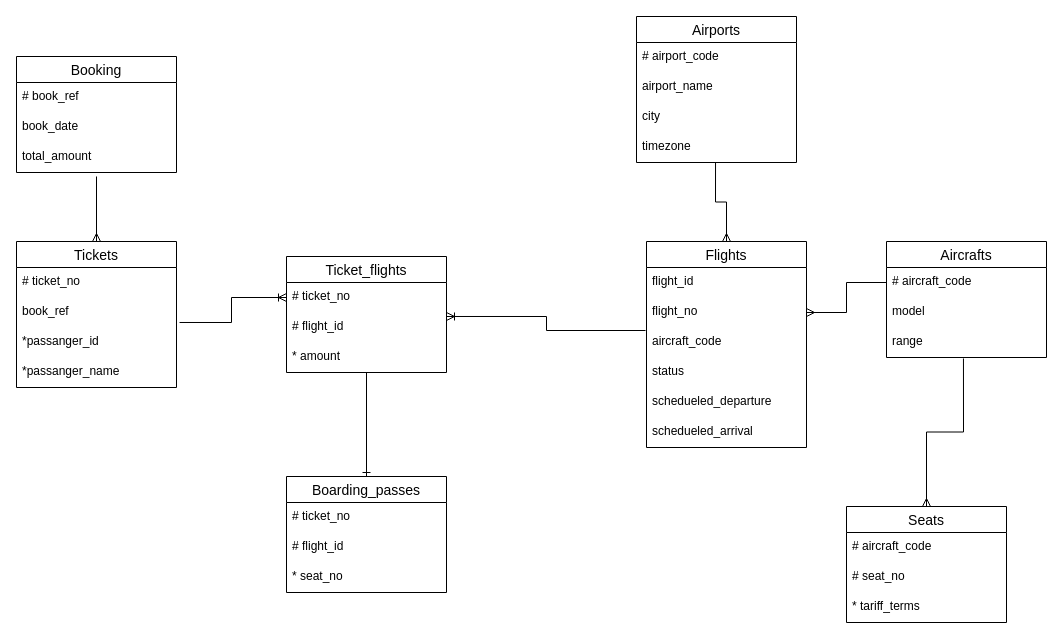
Rattokun/ModelRep keeps this draw.io diagram as page "РБД" (22 of 22) of IKBO-11-20_Kuzin.drawio. Above is the earlier version. Source tidied: cells renumbered, new cells numbered last; positions are measured from the earlier drawing's top-left corner, leaving out a move shared by most shapes. Both pictures are drawn from the tidied source at 100%, with x=0, y=0 at pixel (16, 16).
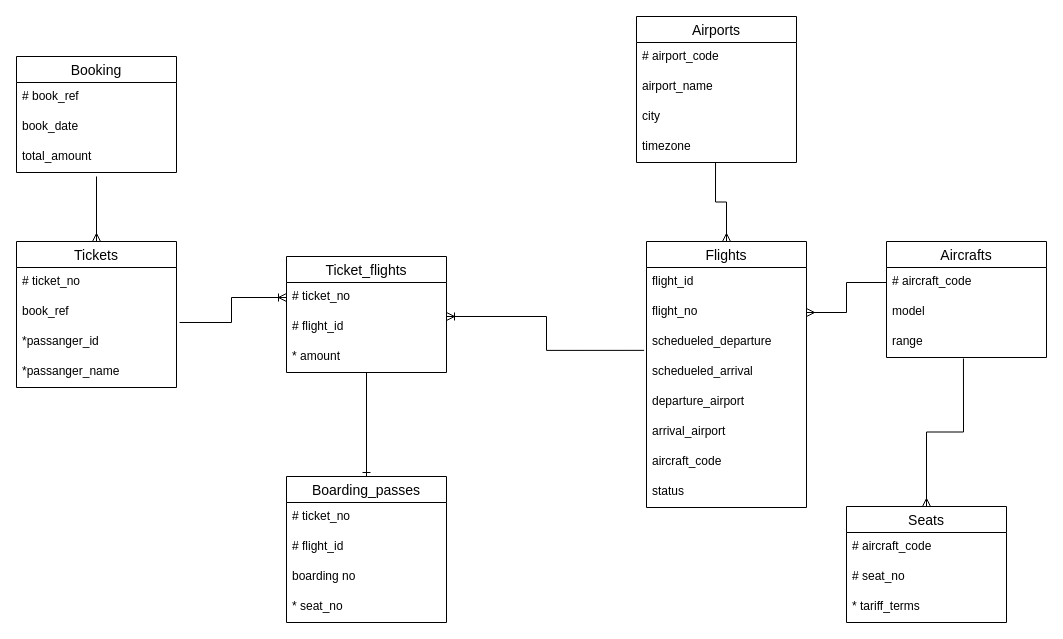
Above is the later version.

The change refers to these unchanged cells:
```xml
<mxCell id="24" value="# flight_id" style="text;strokeColor=none;fillColor=none;spacingLeft=4;spacingRight=4;overflow=hidden;points=[[0,0.5],[1,0.5]];portConstraint=eastwest;fontSize=12;" parent="22" vertex="1">
  <mxGeometry y="56" width="160" height="30" as="geometry" />
</mxCell>
```

What changed in the source:
```diff
@@
     <mxCell id="11" value="Flights" style="swimlane;fontStyle=0;horizontal=1;startSize=26;align=center;fontSize=14;points=[[0,0,0,0,0],[0,0.25,0,0,0],[0,0.43,0,0,0],[0,0.75,0,0,0],[0,1,0,0,0],[0.25,0,0,0,0],[0.25,1,0,0,0],[0.5,0,0,0,0],[0.5,1,0,0,0],[0.75,0,0,0,0],[0.75,1,0,0,0],[1,0,0,0,0],[1,0.25,0,0,0],[1,0.5,0,0,0],[1,0.75,0,0,0],[1,1,0,0,0]];" parent="1" vertex="1">
-      <mxGeometry x="630" y="225" width="160" height="206" as="geometry" />
+      <mxGeometry x="630" y="225" width="160" height="266" as="geometry" />
     </mxCell>
@@
+    <mxCell id="16" value="schedueled_departure" style="text;strokeColor=none;fillColor=none;spacingLeft=4;spacingRight=4;overflow=hidden;points=[[0,0.5],[1,0.5]];portConstraint=eastwest;fontSize=12;" parent="11" vertex="1">
+      <mxGeometry y="86" width="160" height="30" as="geometry" />
+    </mxCell>
+    <mxCell id="17" value="schedueled_arrival" style="text;strokeColor=none;fillColor=none;spacingLeft=4;spacingRight=4;overflow=hidden;fontSize=12;" parent="11" vertex="1">
+      <mxGeometry y="116" width="160" height="30" as="geometry" />
+    </mxCell>
+    <mxCell id="46" value="departure_airport" style="text;strokeColor=none;fillColor=none;spacingLeft=4;spacingRight=4;overflow=hidden;fontSize=12;" parent="11" vertex="1">
+      <mxGeometry y="146" width="160" height="30" as="geometry" />
+    </mxCell>
+    <mxCell id="47" value="arrival_airport" style="text;strokeColor=none;fillColor=none;spacingLeft=4;spacingRight=4;overflow=hidden;fontSize=12;" parent="11" vertex="1">
+      <mxGeometry y="176" width="160" height="30" as="geometry" />
+    </mxCell>
     <mxCell id="14" value="aircraft_code" style="text;strokeColor=none;fillColor=none;spacingLeft=4;spacingRight=4;overflow=hidden;points=[[0,0.5],[1,0.5]];portConstraint=eastwest;fontSize=12;" parent="11" vertex="1">
-      <mxGeometry y="86" width="160" height="30" as="geometry" />
+      <mxGeometry y="206" width="160" height="30" as="geometry" />
     </mxCell>
     <mxCell id="15" value="status" style="text;strokeColor=none;fillColor=none;spacingLeft=4;spacingRight=4;overflow=hidden;fontSize=12;" parent="11" vertex="1">
-      <mxGeometry y="116" width="160" height="30" as="geometry" />
+      <mxGeometry y="236" width="160" height="30" as="geometry" />
     </mxCell>
-    <mxCell id="16" value="schedueled_departure" style="text;strokeColor=none;fillColor=none;spacingLeft=4;spacingRight=4;overflow=hidden;points=[[0,0.5],[1,0.5]];portConstraint=eastwest;fontSize=12;" parent="11" vertex="1">
-      <mxGeometry y="146" width="160" height="30" as="geometry" />
-    </mxCell>
-    <mxCell id="17" value="schedueled_arrival" style="text;strokeColor=none;fillColor=none;spacingLeft=4;spacingRight=4;overflow=hidden;fontSize=12;" parent="11" vertex="1">
-      <mxGeometry y="176" width="160" height="30" as="geometry" />
-    </mxCell>
@@
-    <mxCell id="33" style="fontSize=12;html=1;endArrow=ERoneToMany;rounded=0;exitX=-0.006;exitY=0.1;exitDx=0;exitDy=0;entryX=1;entryY=0.133;entryDx=0;entryDy=0;entryPerimeter=0;edgeStyle=orthogonalEdgeStyle;exitPerimeter=0;" parent="1" edge="1" source="14" target="24">
+    <mxCell id="33" style="fontSize=12;html=1;endArrow=ERoneToMany;rounded=0;exitX=-0.015;exitY=0.762;exitDx=0;exitDy=0;entryX=1;entryY=0.133;entryDx=0;entryDy=0;entryPerimeter=0;edgeStyle=orthogonalEdgeStyle;exitPerimeter=0;" parent="1" edge="1" source="16" target="24">
       <mxGeometry relative="1" as="geometry" />
     </mxCell>
     <mxCell id="34" value="Boarding_passes" style="swimlane;fontStyle=0;horizontal=1;startSize=26;align=center;fontSize=14;" parent="1" vertex="1">
-      <mxGeometry x="270" y="460" width="160" height="116" as="geometry" />
+      <mxGeometry x="270" y="460" width="160" height="146" as="geometry" />
     </mxCell>
@@
+    <mxCell id="48" value="boarding no" style="text;strokeColor=none;fillColor=none;spacingLeft=4;spacingRight=4;overflow=hidden;fontSize=12;" parent="34" vertex="1">
+      <mxGeometry y="86" width="160" height="30" as="geometry" />
+    </mxCell>
     <mxCell id="37" value="* seat_no" style="text;strokeColor=none;fillColor=none;spacingLeft=4;spacingRight=4;overflow=hidden;fontSize=12;" parent="34" vertex="1">
-      <mxGeometry y="86" width="160" height="30" as="geometry" />
+      <mxGeometry y="116" width="160" height="30" as="geometry" />
     </mxCell>
```
